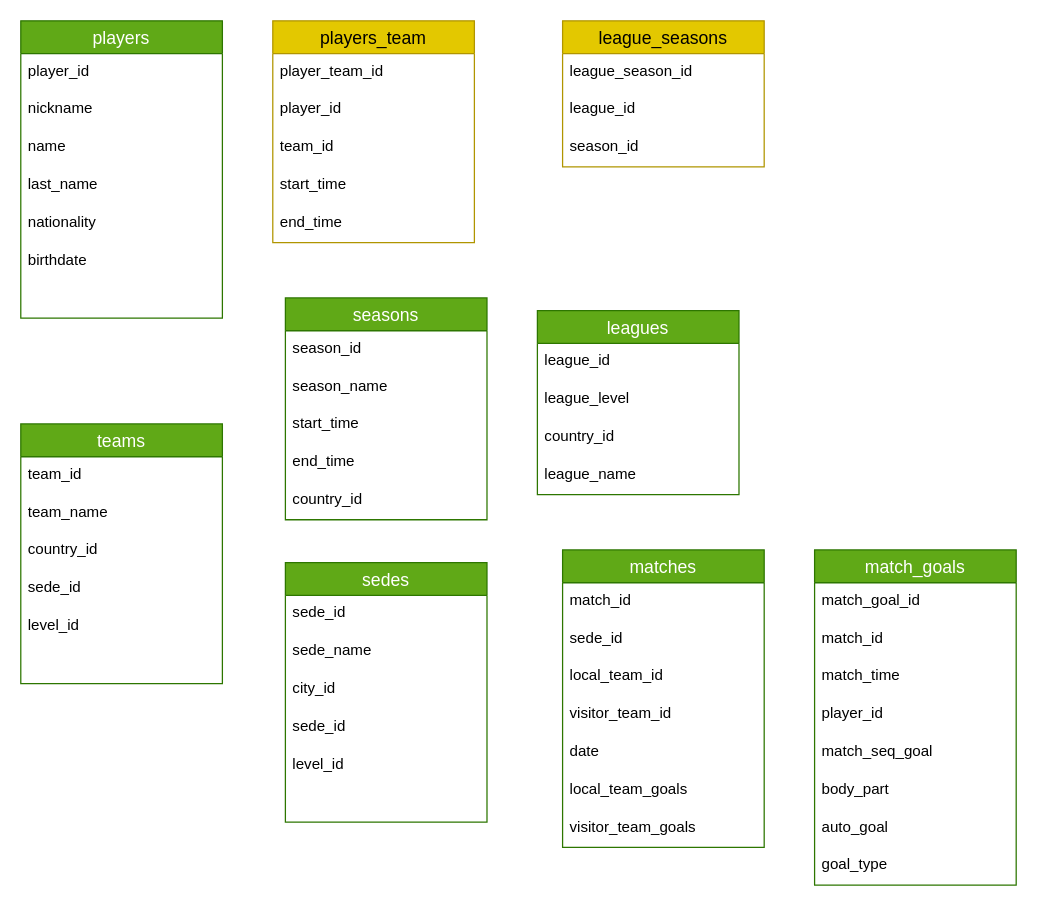
Earlier version of the draw.io diagram soccer_model.drawio (r3card0/soccer.stats). Source tidied: cells renumbered, new cells numbered last; positions are measured from the earlier drawing's top-left corner, leaving out a move shared by most shapes. Both pictures are drawn from the tidied source at 126%, with x=0, y=0 at pixel (20, 20).
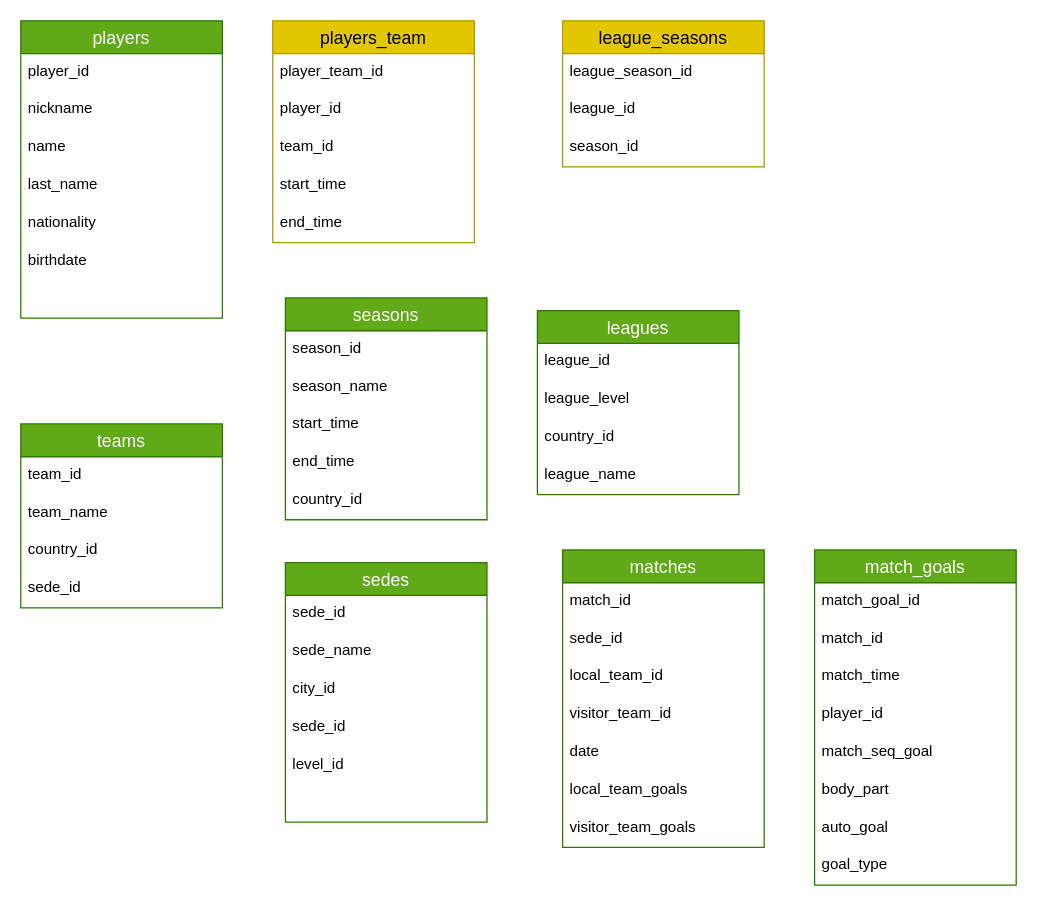
After the change.

Commit message:
delete level column on teams model

Change to the diagram source:
```diff
@@
     <mxCell id="10" value="teams" style="swimlane;fontStyle=0;horizontal=1;startSize=26;align=center;fontSize=14;fillColor=#60a917;fontColor=#ffffff;strokeColor=#2D7600;" parent="1" vertex="1">
-      <mxGeometry y="320" width="160" height="206" as="geometry" />
+      <mxGeometry y="320" width="160" height="146" as="geometry" />
     </mxCell>
@@
-    <mxCell id="15" value="level_id" style="text;strokeColor=none;fillColor=none;spacingLeft=4;spacingRight=4;overflow=hidden;fontSize=12;" parent="10" vertex="1">
-      <mxGeometry y="146" width="160" height="30" as="geometry" />
-    </mxCell>
-    <mxCell id="16" style="text;strokeColor=none;fillColor=none;spacingLeft=4;spacingRight=4;overflow=hidden;fontSize=12;" parent="10" vertex="1">
-      <mxGeometry y="176" width="160" height="30" as="geometry" />
-    </mxCell>
```
